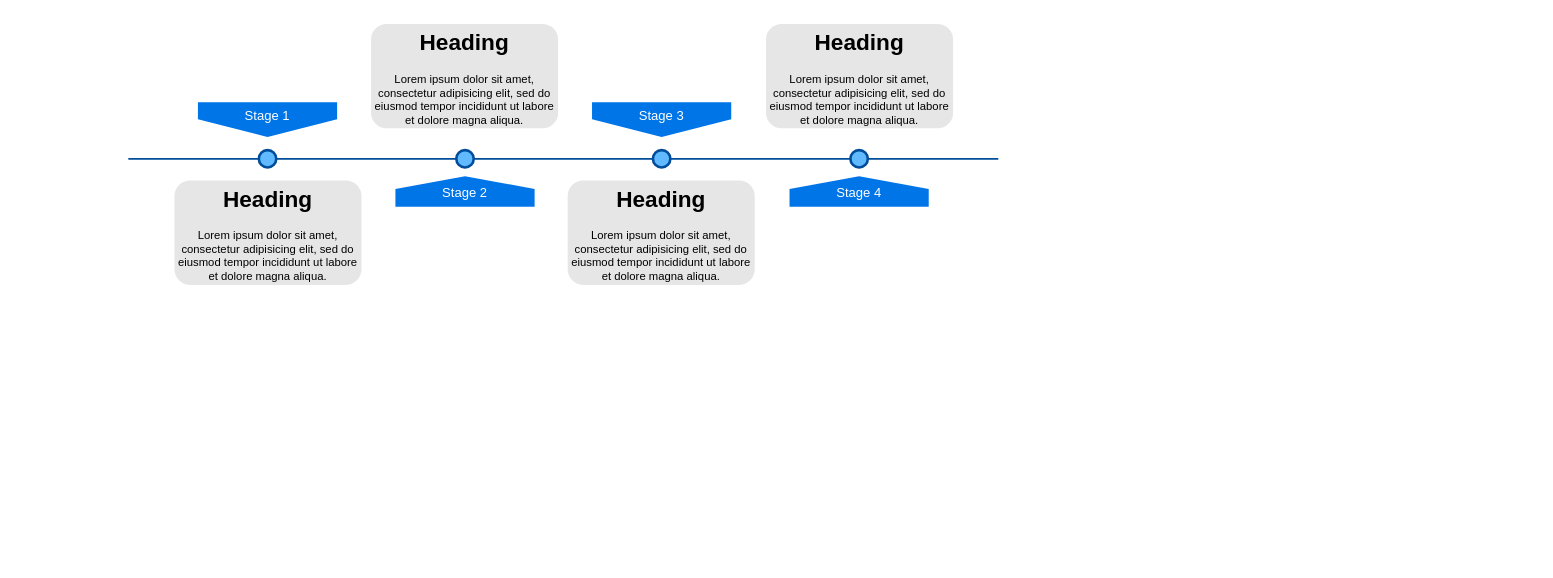
Before: QCtimeline3.drawio in mimoneysh/DB_Design, a draw.io diagram. Source tidied: cells renumbered, new cells numbered last; positions are measured from the earlier drawing's top-left corner, leaving out a move shared by most shapes. Both pictures are drawn from the tidied source at 87%, with x=0, y=0 at pixel (128, 23).
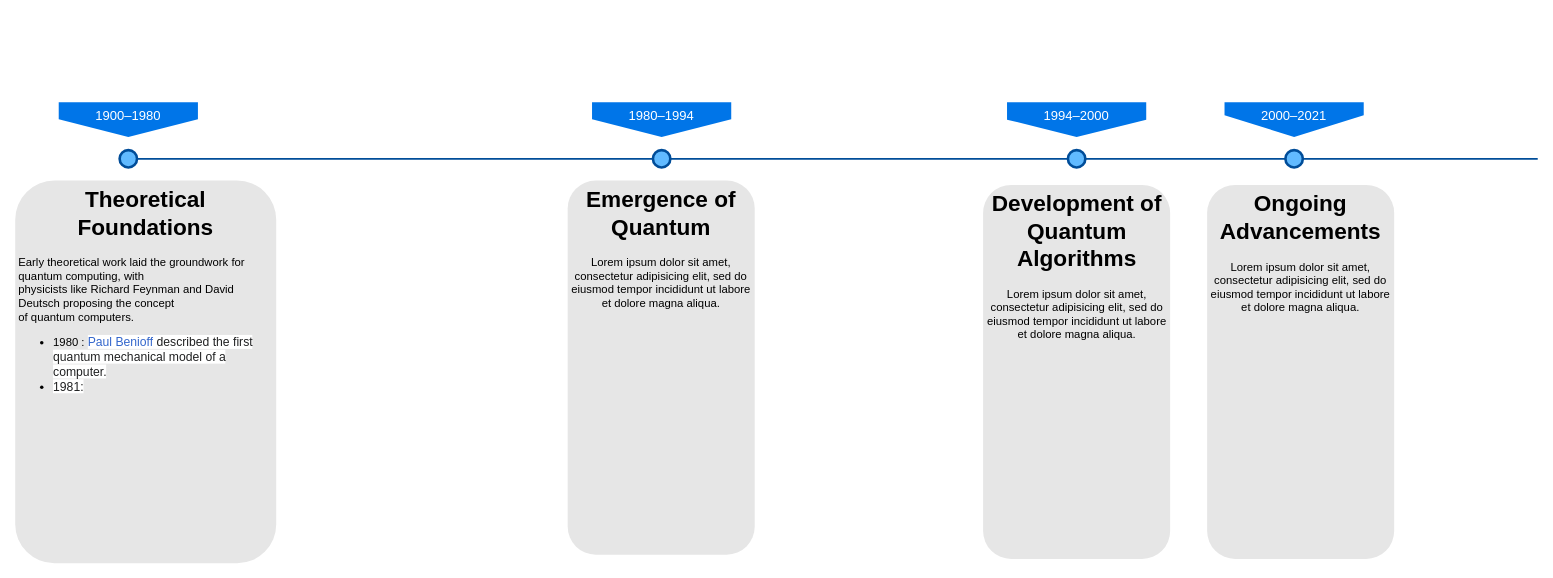
The same diagram, later.

Change to the diagram source:
```diff
@@
 <mxGraphModel>
   <root>
     <mxCell id="0" />
     <mxCell id="1" parent="0" />
     <mxCell id="2" style="line;strokeWidth=2;html=1;fillColor=none;fontSize=28;fontColor=#004D99;strokeColor=#004D99;" parent="1" vertex="1">
-      <mxGeometry y="150" width="1000" height="10" as="geometry" />
+      <mxGeometry y="150" width="1620" height="10" as="geometry" />
     </mxCell>
-    <mxCell id="3" value="Stage 1" style="shape=offPageConnector;whiteSpace=wrap;html=1;fillColor=#0075E8;fontSize=15;fontColor=#FFFFFF;size=0.5093750000000015;verticalAlign=top;strokeColor=none;" parent="1" vertex="1">
-      <mxGeometry x="80" y="90" width="160" height="40" as="geometry" />
-    </mxCell>
-    <mxCell id="4" value="&lt;span&gt;Stage 3&lt;/span&gt;" style="shape=offPageConnector;whiteSpace=wrap;html=1;fillColor=#0075E8;fontSize=15;fontColor=#FFFFFF;size=0.5093750000000015;verticalAlign=top;strokeColor=none;" parent="1" vertex="1">
+    <mxCell id="4" value="&lt;span&gt;1980–1994&lt;br&gt;&lt;/span&gt;" style="shape=offPageConnector;whiteSpace=wrap;html=1;fillColor=#0075E8;fontSize=15;fontColor=#FFFFFF;size=0.5093750000000015;verticalAlign=top;strokeColor=none;" parent="1" vertex="1">
       <mxGeometry x="533" y="90" width="160" height="40" as="geometry" />
     </mxCell>
-    <mxCell id="5" value="&lt;span&gt;Stage 2&lt;/span&gt;" style="shape=offPageConnector;whiteSpace=wrap;html=1;fillColor=#0075E8;fontSize=15;fontColor=#FFFFFF;size=0.4178571428571445;flipV=1;verticalAlign=bottom;strokeColor=none;spacingBottom=4;" parent="1" vertex="1">
-      <mxGeometry x="307" y="175" width="160" height="35" as="geometry" />
-    </mxCell>
-    <mxCell id="6" value="&lt;span&gt;Stage 4&lt;/span&gt;" style="shape=offPageConnector;whiteSpace=wrap;html=1;fillColor=#0075E8;fontSize=15;fontColor=#FFFFFF;size=0.4178571428571445;flipV=1;verticalAlign=bottom;strokeColor=none;spacingBottom=4;" parent="1" vertex="1">
-      <mxGeometry x="760" y="175" width="160" height="35" as="geometry" />
-    </mxCell>
     <mxCell id="7" style="ellipse;whiteSpace=wrap;html=1;fillColor=#61BAFF;fontSize=28;fontColor=#004D99;strokeWidth=3;strokeColor=#004D99;" parent="1" vertex="1">
-      <mxGeometry x="150" y="145" width="20" height="20" as="geometry" />
+      <mxGeometry x="-10" y="145" width="20" height="20" as="geometry" />
     </mxCell>
-    <mxCell id="8" style="ellipse;whiteSpace=wrap;html=1;fillColor=#61BAFF;fontSize=28;fontColor=#004D99;strokeWidth=3;strokeColor=#004D99;" parent="1" vertex="1">
-      <mxGeometry x="377" y="145" width="20" height="20" as="geometry" />
-    </mxCell>
     <mxCell id="9" style="ellipse;whiteSpace=wrap;html=1;fillColor=#61BAFF;fontSize=28;fontColor=#004D99;strokeWidth=3;strokeColor=#004D99;" parent="1" vertex="1">
       <mxGeometry x="603" y="145" width="20" height="20" as="geometry" />
     </mxCell>
-    <mxCell id="10" style="ellipse;whiteSpace=wrap;html=1;fillColor=#61BAFF;fontSize=28;fontColor=#004D99;strokeWidth=3;strokeColor=#004D99;" parent="1" vertex="1">
-      <mxGeometry x="830" y="145" width="20" height="20" as="geometry" />
-    </mxCell>
-    <mxCell id="11" value="&lt;h1&gt;Heading&lt;/h1&gt;&lt;p&gt;Lorem ipsum dolor sit amet, consectetur adipisicing elit, sed do eiusmod tempor incididunt ut labore et dolore magna aliqua.&lt;/p&gt;" style="text;html=1;spacing=5;spacingTop=-20;whiteSpace=wrap;overflow=hidden;strokeColor=none;strokeWidth=3;fillColor=#E6E6E6;fontSize=13;fontColor=#000000;align=center;rounded=1;" parent="1" vertex="1">
-      <mxGeometry x="53" y="180" width="215" height="120" as="geometry" />
+    <mxCell id="11" value="&lt;h1&gt;Theoretical Foundations&lt;/h1&gt;&lt;p align=&quot;left&quot;&gt;Early theoretical work laid the groundwork for quantum computing, with &lt;br&gt;physicists like Richard Feynman and David Deutsch proposing the concept &lt;br&gt;of quantum computers.&lt;/p&gt;&lt;div align=&quot;left&quot;&gt;&lt;ul&gt;&lt;li&gt;1980 : &lt;a style=&quot;text-decoration: none; color: rgb(51, 102, 204); background: none rgb(255, 255, 255); overflow-wrap: break-word; font-family: sans-serif; font-size: 14px; font-style: normal; font-variant-ligatures: normal; font-variant-caps: normal; font-weight: 400; letter-spacing: normal; orphans: 2; text-align: left; text-indent: 0px; text-transform: none; widows: 2; word-spacing: 0px; -webkit-text-stroke-width: 0px; white-space: normal;&quot; title=&quot;Paul Benioff&quot; href=&quot;https://en.wikipedia.org/wiki/Paul_Benioff&quot;&gt;Paul Benioff&lt;/a&gt;&lt;span style=&quot;color: rgb(32, 33, 34); font-family: sans-serif; font-size: 14px; font-style: normal; font-variant-ligatures: normal; font-variant-caps: normal; font-weight: 400; letter-spacing: normal; orphans: 2; text-align: left; text-indent: 0px; text-transform: none; widows: 2; word-spacing: 0px; -webkit-text-stroke-width: 0px; white-space: normal; background-color: rgb(255, 255, 255); text-decoration-thickness: initial; text-decoration-style: initial; text-decoration-color: initial; display: inline !important; float: none;&quot;&gt;&lt;span&gt;&amp;nbsp;&lt;/span&gt;described the first quantum mechanical model of a computer.&lt;/span&gt;&lt;/li&gt;&lt;li&gt;&lt;span style=&quot;color: rgb(32, 33, 34); font-family: sans-serif; font-size: 14px; font-style: normal; font-variant-ligatures: normal; font-variant-caps: normal; font-weight: 400; letter-spacing: normal; orphans: 2; text-align: left; text-indent: 0px; text-transform: none; widows: 2; word-spacing: 0px; -webkit-text-stroke-width: 0px; white-space: normal; background-color: rgb(255, 255, 255); text-decoration-thickness: initial; text-decoration-style: initial; text-decoration-color: initial; display: inline !important; float: none;&quot;&gt;1981: &lt;br&gt;&lt;/span&gt;&lt;/li&gt;&lt;/ul&gt;&lt;/div&gt;" style="text;html=1;spacing=5;spacingTop=-20;whiteSpace=wrap;overflow=hidden;strokeColor=none;strokeWidth=3;fillColor=#E6E6E6;fontSize=13;fontColor=#000000;align=center;rounded=1;" parent="1" vertex="1">
+      <mxGeometry x="-130" y="180" width="300" height="440" as="geometry" />
     </mxCell>
-    <mxCell id="12" value="&lt;h1&gt;Heading&lt;/h1&gt;&lt;p&gt;Lorem ipsum dolor sit amet, consectetur adipisicing elit, sed do eiusmod tempor incididunt ut labore et dolore magna aliqua.&lt;/p&gt;" style="text;html=1;spacing=5;spacingTop=-20;whiteSpace=wrap;overflow=hidden;strokeColor=none;strokeWidth=3;fillColor=#E6E6E6;fontSize=13;fontColor=#000000;align=center;rounded=1;" parent="1" vertex="1">
-      <mxGeometry x="279" width="215" height="120" as="geometry" />
-    </mxCell>
-    <mxCell id="13" value="&lt;h1&gt;Heading&lt;/h1&gt;&lt;p&gt;Lorem ipsum dolor sit amet, consectetur adipisicing elit, sed do eiusmod tempor incididunt ut labore et dolore magna aliqua.&lt;/p&gt;" style="text;html=1;spacing=5;spacingTop=-20;whiteSpace=wrap;overflow=hidden;strokeColor=none;strokeWidth=3;fillColor=#E6E6E6;fontSize=13;fontColor=#000000;align=center;rounded=1;" parent="1" vertex="1">
-      <mxGeometry x="505" y="180" width="215" height="120" as="geometry" />
+    <mxCell id="13" value="&lt;h1&gt;Emergence of Quantum&lt;/h1&gt;&lt;p&gt;Lorem ipsum dolor sit amet, consectetur adipisicing elit, sed do eiusmod tempor incididunt ut labore et dolore magna aliqua.&lt;/p&gt;" style="text;html=1;spacing=5;spacingTop=-20;whiteSpace=wrap;overflow=hidden;strokeColor=none;strokeWidth=3;fillColor=#E6E6E6;fontSize=13;fontColor=#000000;align=center;rounded=1;" parent="1" vertex="1">
+      <mxGeometry x="505" y="180" width="215" height="430" as="geometry" />
     </mxCell>
-    <mxCell id="14" value="&lt;h1&gt;Heading&lt;/h1&gt;&lt;p&gt;Lorem ipsum dolor sit amet, consectetur adipisicing elit, sed do eiusmod tempor incididunt ut labore et dolore magna aliqua.&lt;/p&gt;" style="text;html=1;spacing=5;spacingTop=-20;whiteSpace=wrap;overflow=hidden;strokeColor=none;strokeWidth=3;fillColor=#E6E6E6;fontSize=13;fontColor=#000000;align=center;rounded=1;" parent="1" vertex="1">
-      <mxGeometry x="733" width="215" height="120" as="geometry" />
-    </mxCell>
+    <mxCell id="15" style="ellipse;whiteSpace=wrap;html=1;fillColor=#61BAFF;fontSize=28;fontColor=#004D99;strokeWidth=3;strokeColor=#004D99;" parent="1" vertex="1">
+      <mxGeometry x="1080" y="145" width="20" height="20" as="geometry" />
+    </mxCell>
+    <mxCell id="16" value="&lt;span&gt;1994–2000&lt;br&gt;&lt;/span&gt;" style="shape=offPageConnector;whiteSpace=wrap;html=1;fillColor=#0075E8;fontSize=15;fontColor=#FFFFFF;size=0.5;verticalAlign=top;strokeColor=none;" parent="1" vertex="1">
+      <mxGeometry x="1010" y="90" width="160" height="40" as="geometry" />
+    </mxCell>
+    <mxCell id="17" value="&lt;h1&gt;Development of Quantum Algorithms&lt;/h1&gt;&lt;p&gt;Lorem ipsum dolor sit amet, consectetur adipisicing elit, sed do eiusmod tempor incididunt ut labore et dolore magna aliqua.&lt;/p&gt;" style="text;html=1;spacing=5;spacingTop=-20;whiteSpace=wrap;overflow=hidden;strokeColor=none;strokeWidth=3;fillColor=#E6E6E6;fontSize=13;fontColor=#000000;align=center;rounded=1;" parent="1" vertex="1">
+      <mxGeometry x="982.5" y="185" width="215" height="430" as="geometry" />
+    </mxCell>
+    <mxCell id="18" style="ellipse;whiteSpace=wrap;html=1;fillColor=#61BAFF;fontSize=28;fontColor=#004D99;strokeWidth=3;strokeColor=#004D99;" parent="1" vertex="1">
+      <mxGeometry x="1330" y="145" width="20" height="20" as="geometry" />
+    </mxCell>
+    <mxCell id="19" value="&lt;span&gt;2000–2021&lt;br&gt;&lt;/span&gt;" style="shape=offPageConnector;whiteSpace=wrap;html=1;fillColor=#0075E8;fontSize=15;fontColor=#FFFFFF;size=0.625;verticalAlign=top;strokeColor=none;" parent="1" vertex="1">
+      <mxGeometry x="1260" y="90" width="160" height="40" as="geometry" />
+    </mxCell>
+    <mxCell id="20" value="&lt;h1&gt;Ongoing Advancements&lt;/h1&gt;&lt;p&gt;Lorem ipsum dolor sit amet, consectetur adipisicing elit, sed do eiusmod tempor incididunt ut labore et dolore magna aliqua.&lt;/p&gt;" style="text;html=1;spacing=5;spacingTop=-20;whiteSpace=wrap;overflow=hidden;strokeColor=none;strokeWidth=3;fillColor=#E6E6E6;fontSize=13;fontColor=#000000;align=center;rounded=1;" parent="1" vertex="1">
+      <mxGeometry x="1240" y="185" width="215" height="430" as="geometry" />
+    </mxCell>
+    <mxCell id="21" value="1900–1980" style="shape=offPageConnector;whiteSpace=wrap;html=1;fillColor=#0075E8;fontSize=15;fontColor=#FFFFFF;size=0.5093750000000015;verticalAlign=top;strokeColor=none;" parent="1" vertex="1">
+      <mxGeometry x="-80" y="90" width="160" height="40" as="geometry" />
+    </mxCell>
   </root>
 </mxGraphModel>
```
